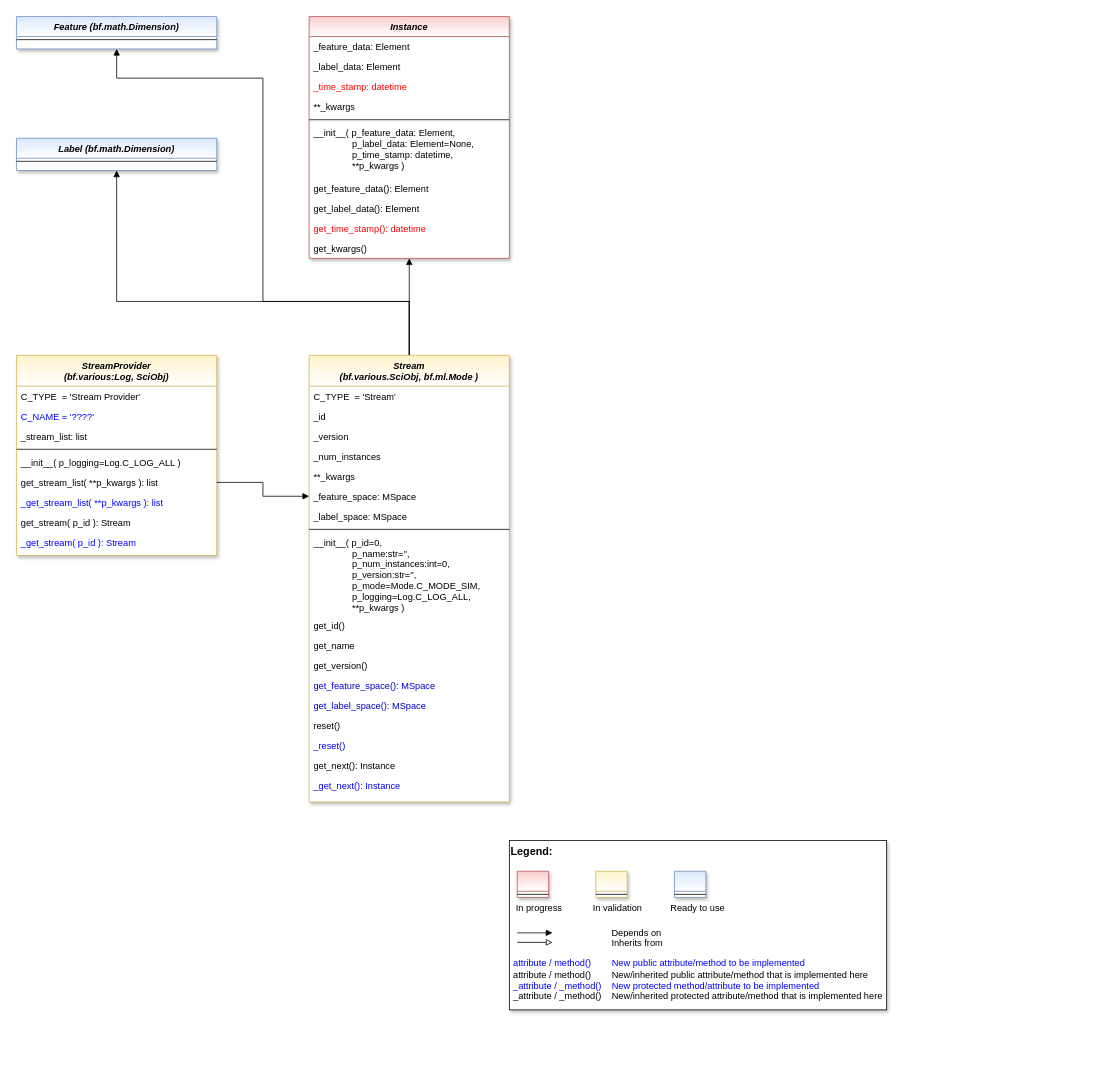
Earlier version of the draw.io diagram doc/rtd/content/append2/core/images/bf/MLPro-BF-Streams_class_diagram.drawio (fhswf/MLPro). Source tidied: cells renumbered, new cells numbered last; positions are measured from the earlier drawing's top-left corner, leaving out a move shared by most shapes. Both pictures are drawn from the tidied source at 77%, with x=0, y=0 at pixel (16, 16).
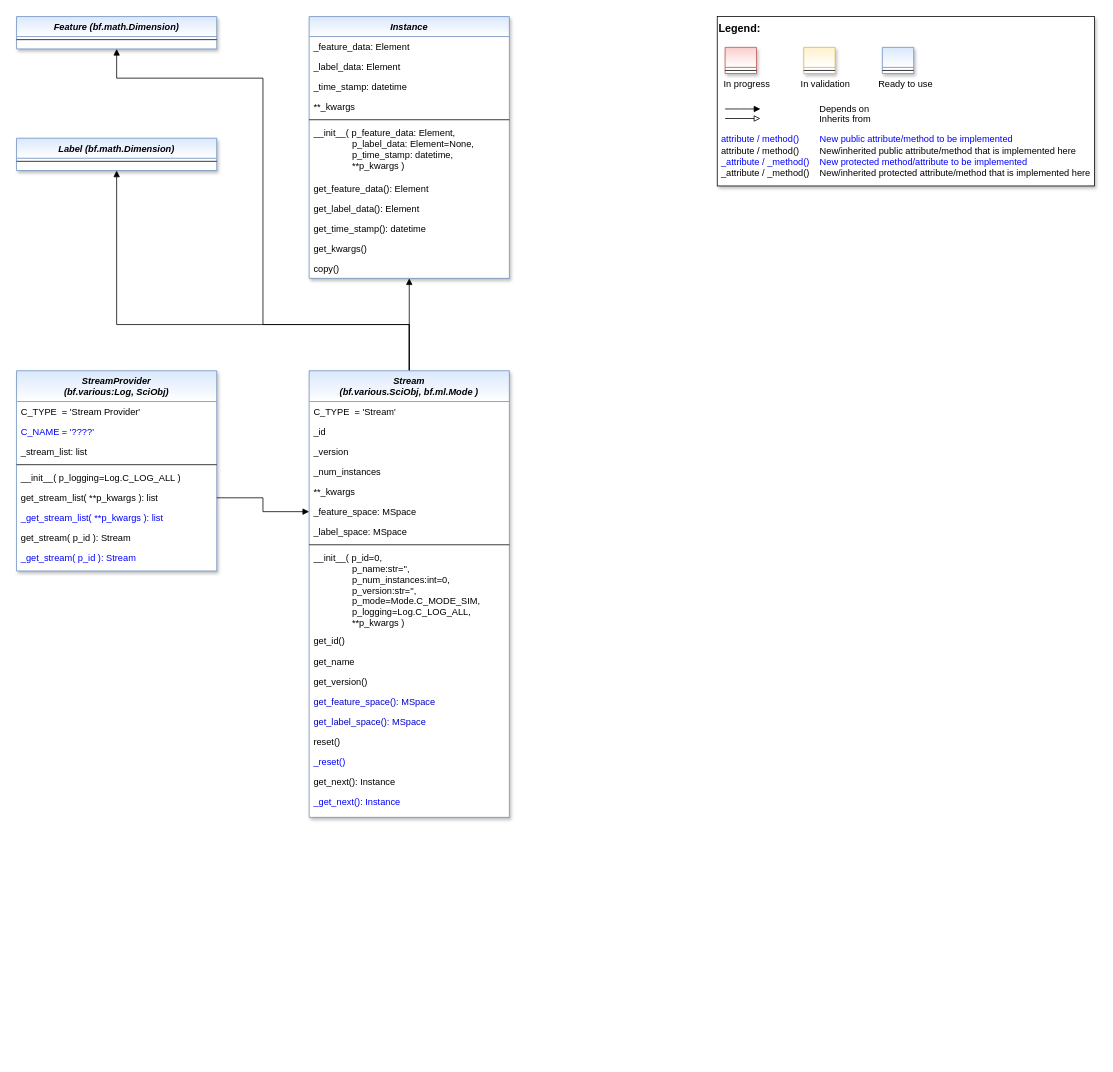
After the change.

Commit message (it also covers changes not shown here):
Update class diagram for streams

The change refers to these unchanged cells:
```xml
<mxCell id="34" value="Feature (bf.math.Dimension)" style="swimlane;fontStyle=3;align=center;verticalAlign=top;horizontal=1;startSize=26;rounded=0;shadow=1;strokeWidth=1;fillColor=#dae8fc;strokeColor=#6c8ebf;swimlaneFillColor=#ffffff;gradientColor=#ffffff;" parent="1" vertex="1">
  <mxGeometry width="260" height="42" as="geometry" />
</mxCell>
<mxCell id="58" value="Label (bf.math.Dimension)" style="swimlane;fontStyle=3;align=center;verticalAlign=top;horizontal=1;startSize=26;rounded=0;shadow=1;strokeWidth=1;fillColor=#dae8fc;strokeColor=#6c8ebf;swimlaneFillColor=#ffffff;gradientColor=#ffffff;" parent="1" vertex="1">
  <mxGeometry y="158" width="260" height="42" as="geometry" />
</mxCell>
```

What changed in the source:
```diff
@@
     <mxCell id="2" style="group;" parent="1" vertex="1">
-      <mxGeometry x="640" y="1070" width="490" height="220" as="geometry" />
+      <mxGeometry x="910" width="490" height="220" as="geometry" />
     </mxCell>
@@
     <mxCell id="13" style="edgeStyle=orthogonalEdgeStyle;rounded=0;jettySize=auto;html=1;endArrow=block;endFill=1;" parent="1" edge="1" source="15" target="58">
       <mxGeometry relative="1" as="geometry">
         <Array as="points">
-          <mxPoint x="510" y="370" />
-          <mxPoint x="130" y="370" />
+          <mxPoint x="510" y="400" />
+          <mxPoint x="130" y="400" />
         </Array>
       </mxGeometry>
     </mxCell>
     <mxCell id="14" style="edgeStyle=orthogonalEdgeStyle;rounded=0;jettySize=auto;html=1;endArrow=block;endFill=1;" parent="1" edge="1" source="15" target="34">
       <mxGeometry relative="1" as="geometry">
         <Array as="points">
-          <mxPoint x="510" y="370" />
-          <mxPoint x="320" y="370" />
+          <mxPoint x="510" y="400" />
+          <mxPoint x="320" y="400" />
           <mxPoint x="320" y="80" />
           <mxPoint x="130" y="80" />
         </Array>
       </mxGeometry>
     </mxCell>
-    <mxCell id="15" value="Stream &#10;(bf.various.SciObj, bf.ml.Mode )" style="swimlane;fontStyle=3;align=center;verticalAlign=top;horizontal=1;startSize=40;rounded=0;shadow=1;strokeWidth=1;fillColor=#fff2cc;strokeColor=#d6b656;swimlaneFillColor=#ffffff;gradientColor=#ffffff;" parent="1" vertex="1">
-      <mxGeometry x="380" y="440" width="260" height="580" as="geometry" />
+    <mxCell id="15" value="Stream &#10;(bf.various.SciObj, bf.ml.Mode )" style="swimlane;fontStyle=3;align=center;verticalAlign=top;horizontal=1;startSize=40;rounded=0;shadow=1;strokeWidth=1;fillColor=#dae8fc;strokeColor=#6c8ebf;swimlaneFillColor=#ffffff;gradientColor=#FFFFFF;" parent="1" vertex="1">
+      <mxGeometry x="380" y="460" width="260" height="580" as="geometry" />
     </mxCell>
@@
-    <mxCell id="36" value="Instance" style="swimlane;fontStyle=3;align=center;verticalAlign=top;horizontal=1;startSize=26;rounded=0;shadow=1;strokeWidth=1;fillColor=#f8cecc;strokeColor=#b85450;swimlaneFillColor=#ffffff;gradientColor=#ffffff;" parent="1" vertex="1">
-      <mxGeometry x="380" width="260" height="314" as="geometry" />
+    <mxCell id="36" value="Instance" style="swimlane;fontStyle=3;align=center;verticalAlign=top;horizontal=1;startSize=26;rounded=0;shadow=1;strokeWidth=1;fillColor=#dae8fc;strokeColor=#6c8ebf;swimlaneFillColor=#ffffff;gradientColor=#FFFFFF;" parent="1" vertex="1">
+      <mxGeometry x="380" width="260" height="340" as="geometry" />
     </mxCell>
@@
-    <mxCell id="39" value="_time_stamp: datetime" style="text;align=left;verticalAlign=top;spacingLeft=4;spacingRight=4;overflow=hidden;fontColor=#FF0000;" parent="36" vertex="1">
+    <mxCell id="39" value="_time_stamp: datetime" style="text;align=left;verticalAlign=top;spacingLeft=4;spacingRight=4;overflow=hidden;fontColor=default;" parent="36" vertex="1">
       <mxGeometry y="78" width="260" height="26" as="geometry" />
     </mxCell>
@@
-    <mxCell id="45" value="get_time_stamp(): datetime" style="text;align=left;verticalAlign=top;spacingLeft=4;spacingRight=4;overflow=hidden;fontColor=#FF0000;" parent="36" vertex="1">
+    <mxCell id="45" value="get_time_stamp(): datetime" style="text;align=left;verticalAlign=top;spacingLeft=4;spacingRight=4;overflow=hidden;fontColor=default;" parent="36" vertex="1">
       <mxGeometry y="262" width="260" height="26" as="geometry" />
     </mxCell>
@@
+    <mxCell id="60" value="copy()" style="text;align=left;verticalAlign=top;spacingLeft=4;spacingRight=4;overflow=hidden;" parent="36" vertex="1">
+      <mxGeometry y="314" width="260" height="26" as="geometry" />
+    </mxCell>
-    <mxCell id="47" value="StreamProvider &#10;(bf.various:Log, SciObj)" style="swimlane;fontStyle=3;align=center;verticalAlign=top;horizontal=1;startSize=40;rounded=0;shadow=1;strokeWidth=1;fillColor=#fff2cc;strokeColor=#d6b656;swimlaneFillColor=#ffffff;gradientColor=#ffffff;" parent="1" vertex="1">
-      <mxGeometry y="440" width="260" height="260" as="geometry" />
+    <mxCell id="47" value="StreamProvider &#10;(bf.various:Log, SciObj)" style="swimlane;fontStyle=3;align=center;verticalAlign=top;horizontal=1;startSize=40;rounded=0;shadow=1;strokeWidth=1;fillColor=#dae8fc;strokeColor=#6c8ebf;swimlaneFillColor=#ffffff;gradientColor=#FFFFFF;" parent="1" vertex="1">
+      <mxGeometry y="460" width="260" height="260" as="geometry" />
     </mxCell>
```
